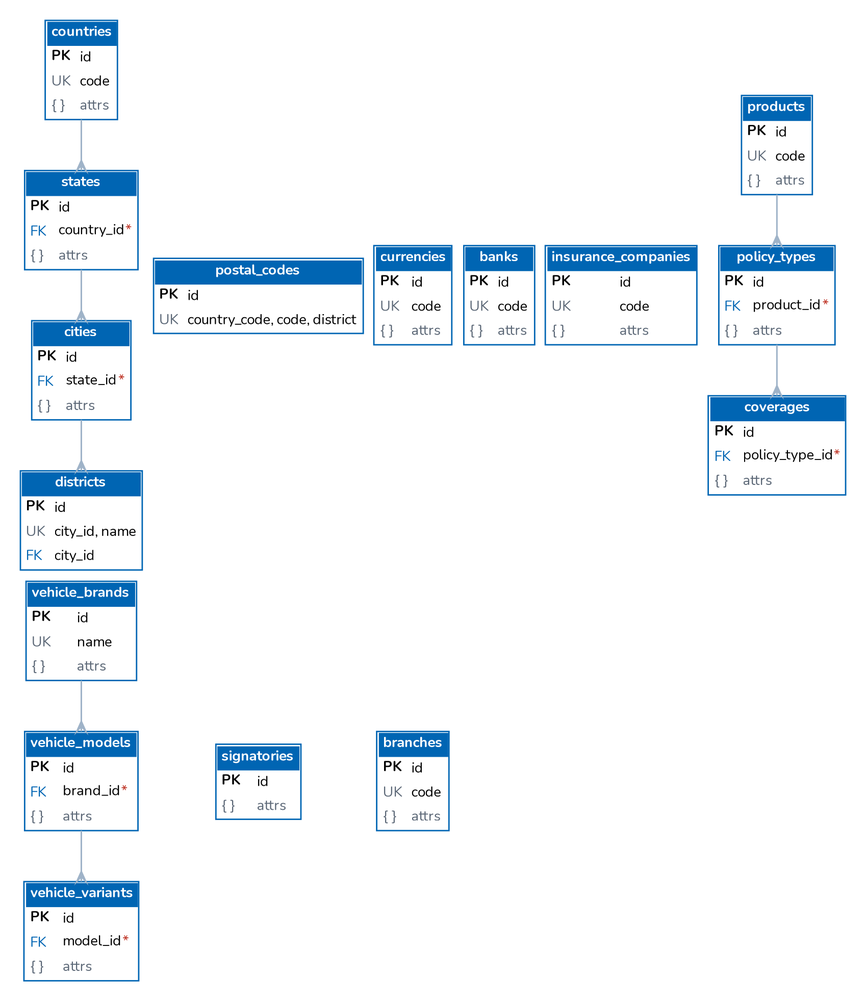
Before: docs/architecture/diagrams/er_masters.png, a diagram exported from Graphviz (IortaTexhNXT-DEV/BDOI-OOTB). Its source is kept beside it as docs/architecture/diagrams/er_masters.dot.
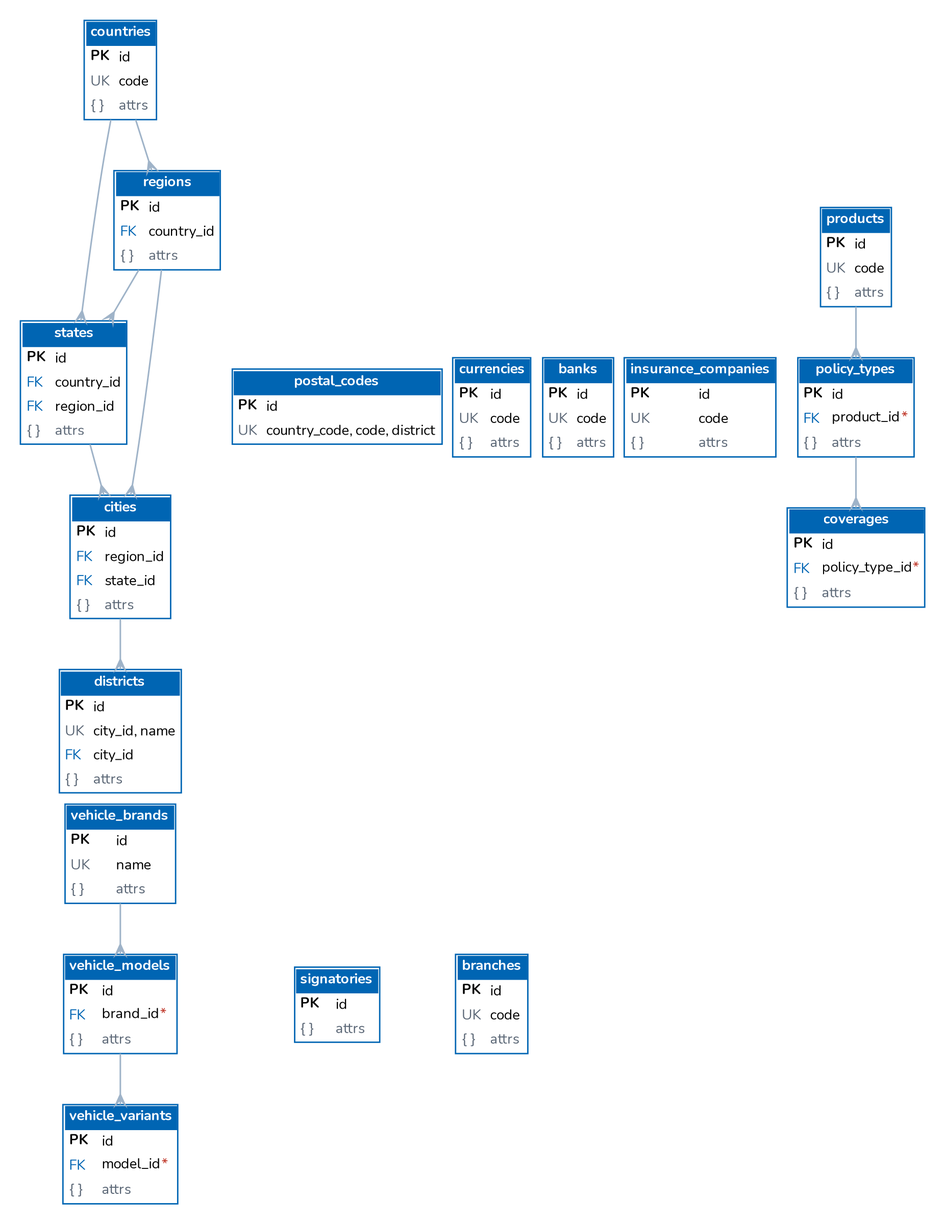
After the change.

Diff of the diagram source:
```diff
@@ -3,9 +3,10 @@
   node [shape=plain, fontname="Nunito", fontsize=10];
   edge [color="#9FB3C8", arrowhead=crow, arrowtail=none, dir=both, arrowsize=0.7, penwidth=1.1];
   "countries" [label=<<table border="1" cellborder="0" cellspacing="0" cellpadding="3" color="#0065B3"><tr><td colspan="2" bgcolor="#0065B3"><font color="white"><b>countries</b></font></td></tr><tr><td align="left" balign="left"><b>PK</b></td><td align="left">id</td></tr><tr><td align="left"><font color="#5B6776">UK</font></td><td align="left">code</td></tr><tr><td align="left"><font color="#5B6776">{ }</font></td><td align="left"><font color="#5B6776">attrs</font></td></tr></table>>];
-  "states" [label=<<table border="1" cellborder="0" cellspacing="0" cellpadding="3" color="#0065B3"><tr><td colspan="2" bgcolor="#0065B3"><font color="white"><b>states</b></font></td></tr><tr><td align="left" balign="left"><b>PK</b></td><td align="left">id</td></tr><tr><td align="left"><font color="#0065B3">FK</font></td><td align="left">country_id<font color="#C0392B">*</font></td></tr><tr><td align="left"><font color="#5B6776">{ }</font></td><td align="left"><font color="#5B6776">attrs</font></td></tr></table>>];
-  "cities" [label=<<table border="1" cellborder="0" cellspacing="0" cellpadding="3" color="#0065B3"><tr><td colspan="2" bgcolor="#0065B3"><font color="white"><b>cities</b></font></td></tr><tr><td align="left" balign="left"><b>PK</b></td><td align="left">id</td></tr><tr><td align="left"><font color="#0065B3">FK</font></td><td align="left">state_id<font color="#C0392B">*</font></td></tr><tr><td align="left"><font color="#5B6776">{ }</font></td><td align="left"><font color="#5B6776">attrs</font></td></tr></table>>];
-  "districts" [label=<<table border="1" cellborder="0" cellspacing="0" cellpadding="3" color="#0065B3"><tr><td colspan="2" bgcolor="#0065B3"><font color="white"><b>districts</b></font></td></tr><tr><td align="left" balign="left"><b>PK</b></td><td align="left">id</td></tr><tr><td align="left"><font color="#5B6776">UK</font></td><td align="left">city_id, name</td></tr><tr><td align="left"><font color="#0065B3">FK</font></td><td align="left">city_id</td></tr></table>>];
+  "regions" [label=<<table border="1" cellborder="0" cellspacing="0" cellpadding="3" color="#0065B3"><tr><td colspan="2" bgcolor="#0065B3"><font color="white"><b>regions</b></font></td></tr><tr><td align="left" balign="left"><b>PK</b></td><td align="left">id</td></tr><tr><td align="left"><font color="#0065B3">FK</font></td><td align="left">country_id</td></tr><tr><td align="left"><font color="#5B6776">{ }</font></td><td align="left"><font color="#5B6776">attrs</font></td></tr></table>>];
+  "states" [label=<<table border="1" cellborder="0" cellspacing="0" cellpadding="3" color="#0065B3"><tr><td colspan="2" bgcolor="#0065B3"><font color="white"><b>states</b></font></td></tr><tr><td align="left" balign="left"><b>PK</b></td><td align="left">id</td></tr><tr><td align="left"><font color="#0065B3">FK</font></td><td align="left">country_id</td></tr><tr><td align="left"><font color="#0065B3">FK</font></td><td align="left">region_id</td></tr><tr><td align="left"><font color="#5B6776">{ }</font></td><td align="left"><font color="#5B6776">attrs</font></td></tr></table>>];
+  "cities" [label=<<table border="1" cellborder="0" cellspacing="0" cellpadding="3" color="#0065B3"><tr><td colspan="2" bgcolor="#0065B3"><font color="white"><b>cities</b></font></td></tr><tr><td align="left" balign="left"><b>PK</b></td><td align="left">id</td></tr><tr><td align="left"><font color="#0065B3">FK</font></td><td align="left">region_id</td></tr><tr><td align="left"><font color="#0065B3">FK</font></td><td align="left">state_id</td></tr><tr><td align="left"><font color="#5B6776">{ }</font></td><td align="left"><font color="#5B6776">attrs</font></td></tr></table>>];
+  "districts" [label=<<table border="1" cellborder="0" cellspacing="0" cellpadding="3" color="#0065B3"><tr><td colspan="2" bgcolor="#0065B3"><font color="white"><b>districts</b></font></td></tr><tr><td align="left" balign="left"><b>PK</b></td><td align="left">id</td></tr><tr><td align="left"><font color="#5B6776">UK</font></td><td align="left">city_id, name</td></tr><tr><td align="left"><font color="#0065B3">FK</font></td><td align="left">city_id</td></tr><tr><td align="left"><font color="#5B6776">{ }</font></td><td align="left"><font color="#5B6776">attrs</font></td></tr></table>>];
   "postal_codes" [label=<<table border="1" cellborder="0" cellspacing="0" cellpadding="3" color="#0065B3"><tr><td colspan="2" bgcolor="#0065B3"><font color="white"><b>postal_codes</b></font></td></tr><tr><td align="left" balign="left"><b>PK</b></td><td align="left">id</td></tr><tr><td align="left"><font color="#5B6776">UK</font></td><td align="left">country_code, code, district</td></tr></table>>];
   "currencies" [label=<<table border="1" cellborder="0" cellspacing="0" cellpadding="3" color="#0065B3"><tr><td colspan="2" bgcolor="#0065B3"><font color="white"><b>currencies</b></font></td></tr><tr><td align="left" balign="left"><b>PK</b></td><td align="left">id</td></tr><tr><td align="left"><font color="#5B6776">UK</font></td><td align="left">code</td></tr><tr><td align="left"><font color="#5B6776">{ }</font></td><td align="left"><font color="#5B6776">attrs</font></td></tr></table>>];
   "banks" [label=<<table border="1" cellborder="0" cellspacing="0" cellpadding="3" color="#0065B3"><tr><td colspan="2" bgcolor="#0065B3"><font color="white"><b>banks</b></font></td></tr><tr><td align="left" balign="left"><b>PK</b></td><td align="left">id</td></tr><tr><td align="left"><font color="#5B6776">UK</font></td><td align="left">code</td></tr><tr><td align="left"><font color="#5B6776">{ }</font></td><td align="left"><font color="#5B6776">attrs</font></td></tr></table>>];
@@ -19,9 +20,12 @@
   "signatories" [label=<<table border="1" cellborder="0" cellspacing="0" cellpadding="3" color="#0065B3"><tr><td colspan="2" bgcolor="#0065B3"><font color="white"><b>signatories</b></font></td></tr><tr><td align="left" balign="left"><b>PK</b></td><td align="left">id</td></tr><tr><td align="left"><font color="#5B6776">{ }</font></td><td align="left"><font color="#5B6776">attrs</font></td></tr></table>>];
   "branches" [label=<<table border="1" cellborder="0" cellspacing="0" cellpadding="3" color="#0065B3"><tr><td colspan="2" bgcolor="#0065B3"><font color="white"><b>branches</b></font></td></tr><tr><td align="left" balign="left"><b>PK</b></td><td align="left">id</td></tr><tr><td align="left"><font color="#5B6776">UK</font></td><td align="left">code</td></tr><tr><td align="left"><font color="#5B6776">{ }</font></td><td align="left"><font color="#5B6776">attrs</font></td></tr></table>>];
   "cities" -> "districts";
+  "countries" -> "regions";
   "countries" -> "states";
   "policy_types" -> "coverages";
   "products" -> "policy_types";
+  "regions" -> "cities";
+  "regions" -> "states";
   "states" -> "cities";
   "vehicle_brands" -> "vehicle_models";
   "vehicle_models" -> "vehicle_variants";
```
